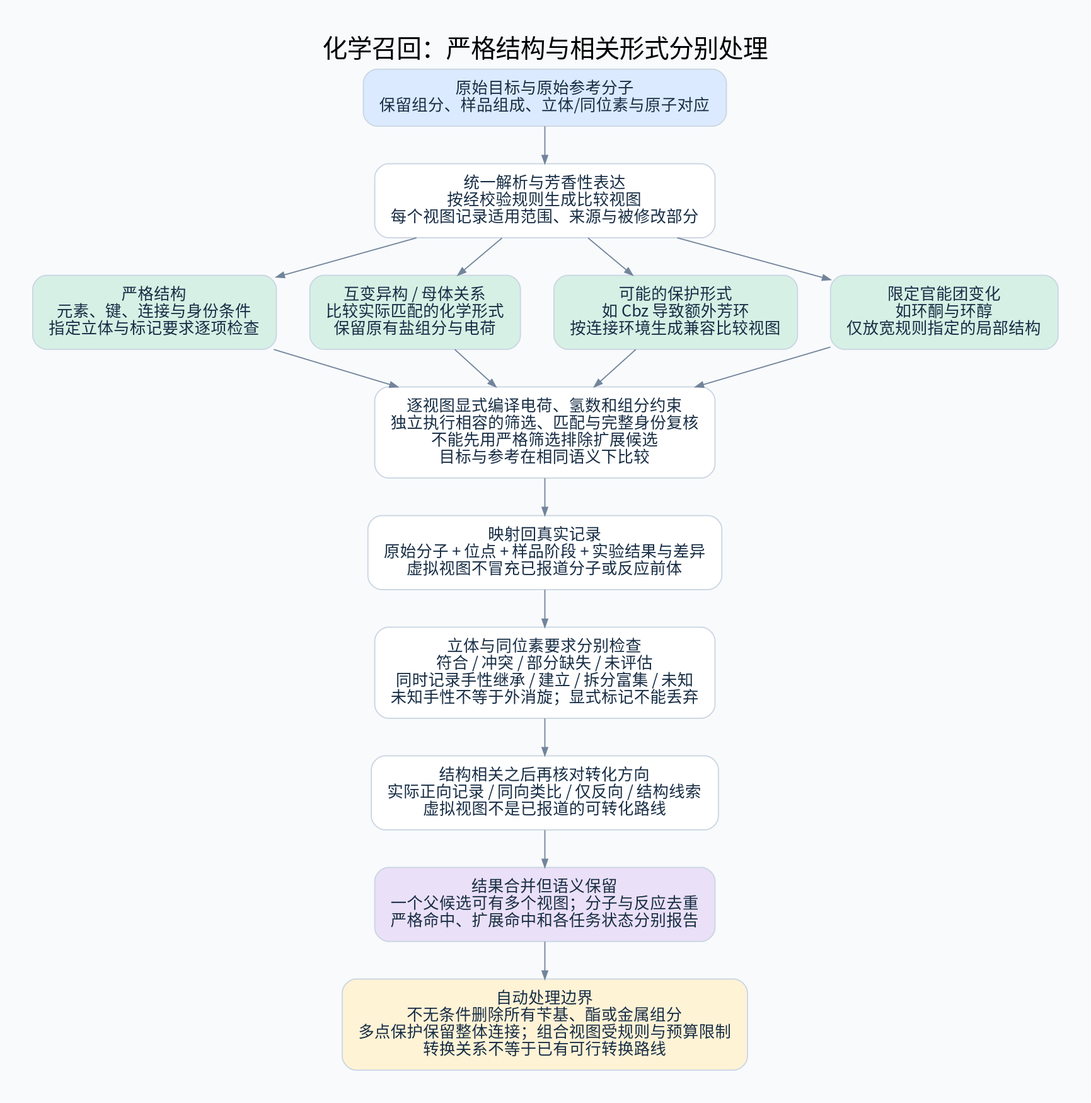
This is diagrams/chemical-recall.png from 825728139/substructure_search, a Graphviz export, as it was before one commit. Its source is kept beside it as diagrams/chemical-recall.dot.
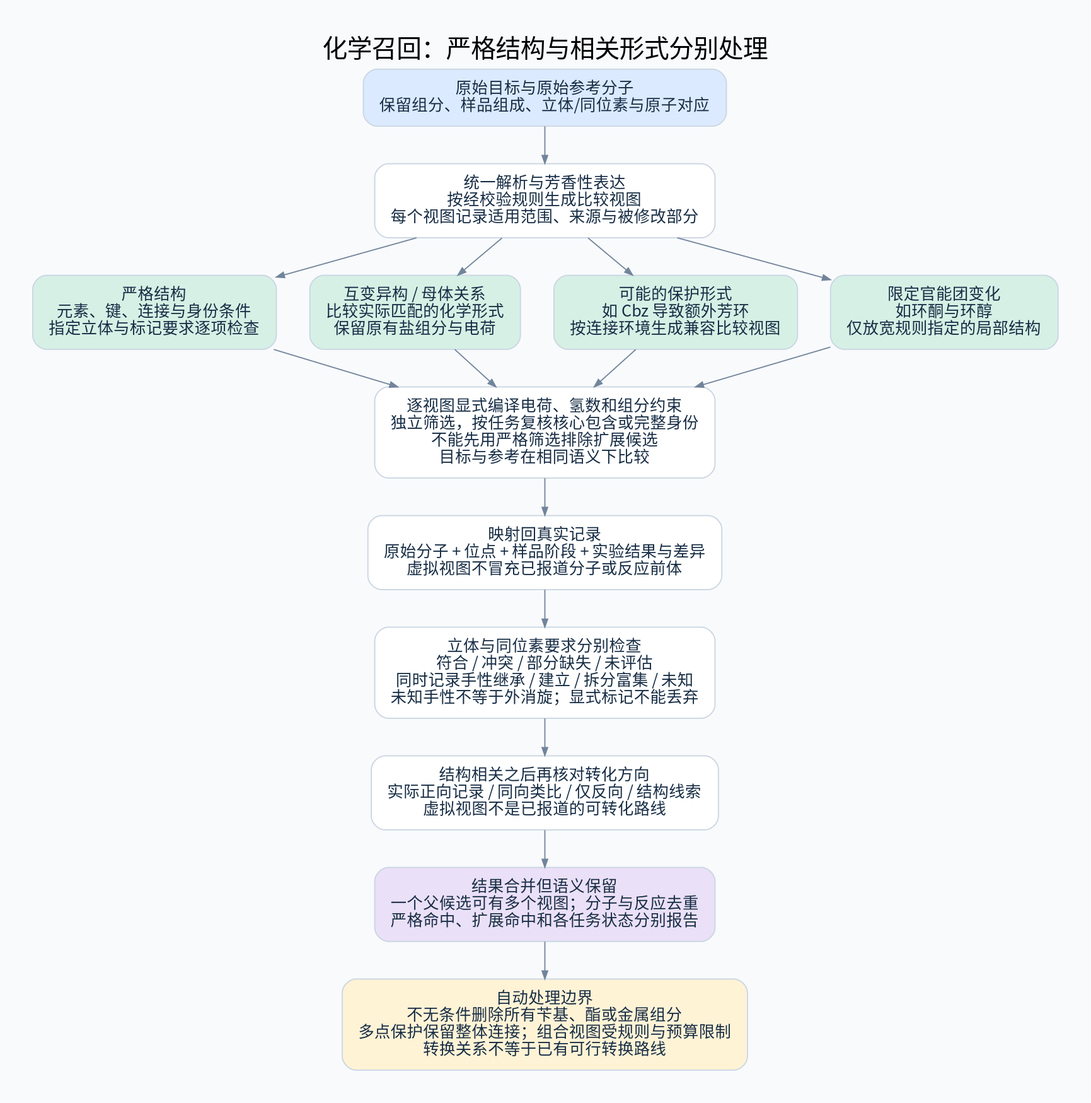
The same diagram one commit later.

What changed in the source:
```diff
@@ -23,7 +23,7 @@
 如环酮与环醇
 仅放宽规则指定的局部结构", fillcolor="#D6F0E5"];
 match [label="逐视图显式编译电荷、氢数和组分约束
-独立执行相容的筛选、匹配与完整身份复核
+独立筛选，按任务复核核心包含或完整身份
 不能先用严格筛选排除扩展候选
 目标与参考在相同语义下比较"];
 back [label="映射回真实记录
```
